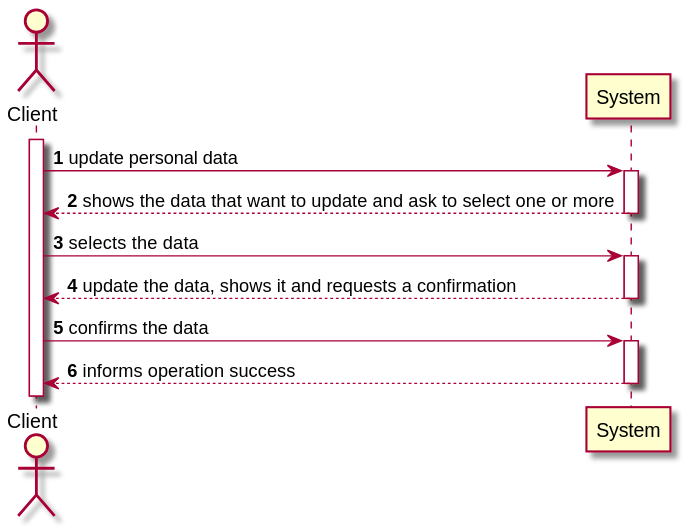
0franciscor/lei-21-s2-1de-g19 keeps this PlantUML diagram as docs/SprintD/US02/US02-SSD.svg. Above is the earlier version.
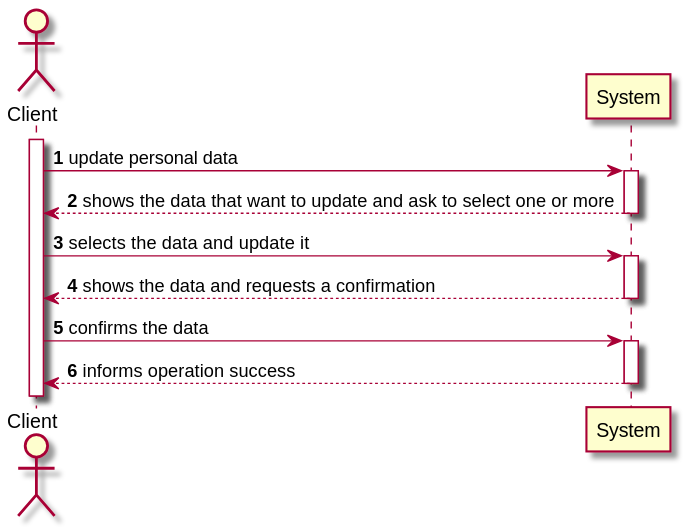
The same diagram one commit later.

Commit message:
[US02] - Alteração no SSD

What changed in the source:
```diff
@@ -6,8 +6,8 @@
 activate C
 C -> System ++: update personal data
 System --> C --: shows the data that want to update and ask to select one or more
-C -> System ++: selects the data
-System --> C --: update the data, shows it and requests a confirmation
+C -> System ++: selects the data and update it
+System --> C --: shows the data and requests a confirmation
 C -> System ++: confirms the data
 System --> C --: informs operation success
 @enduml
```
